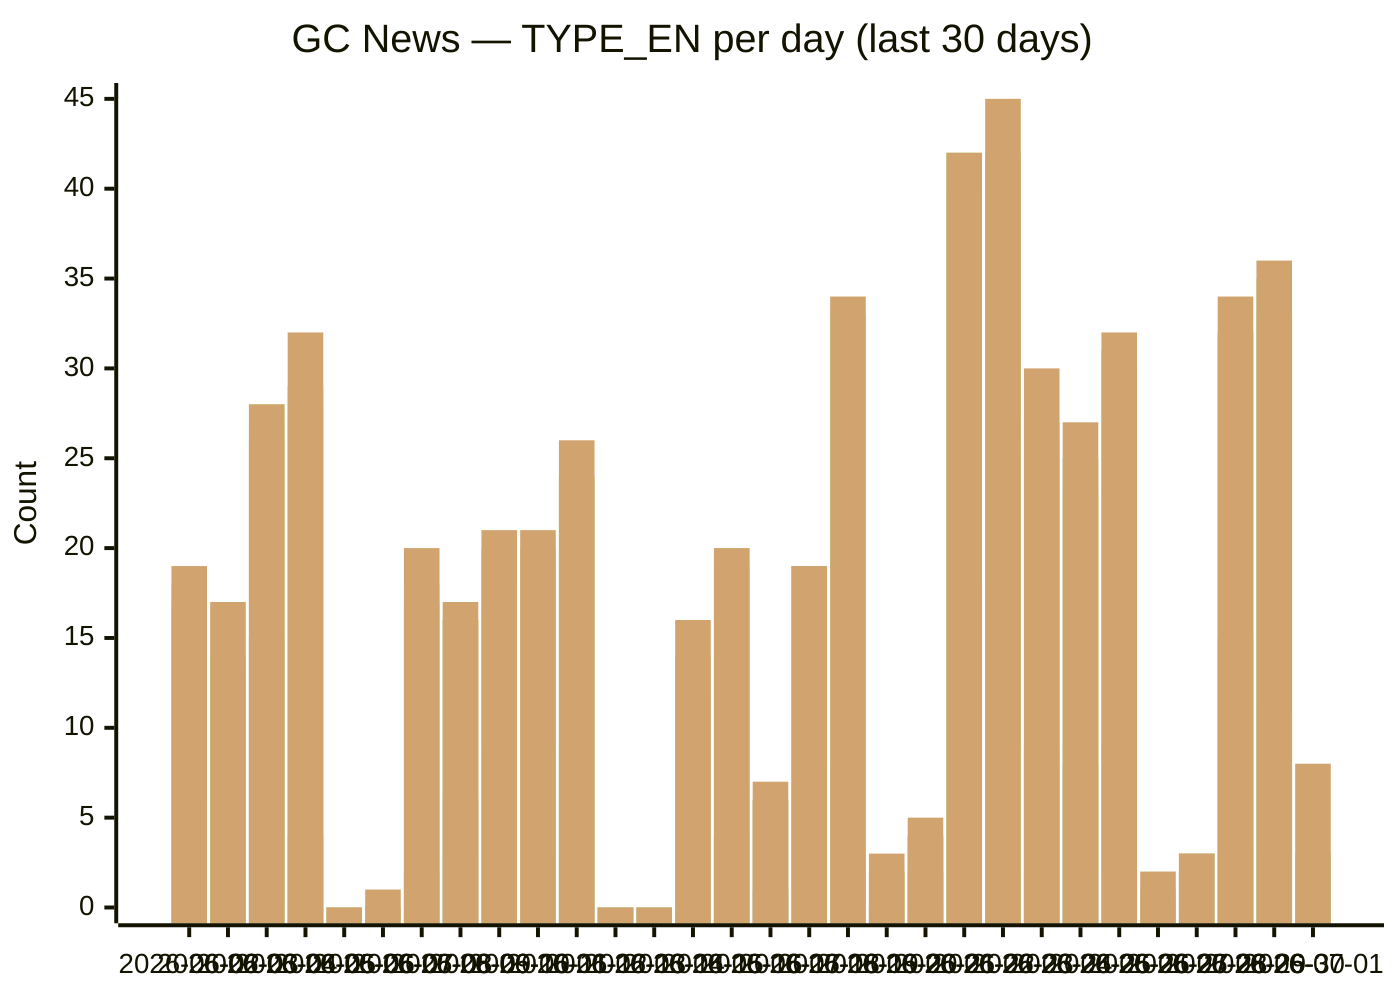
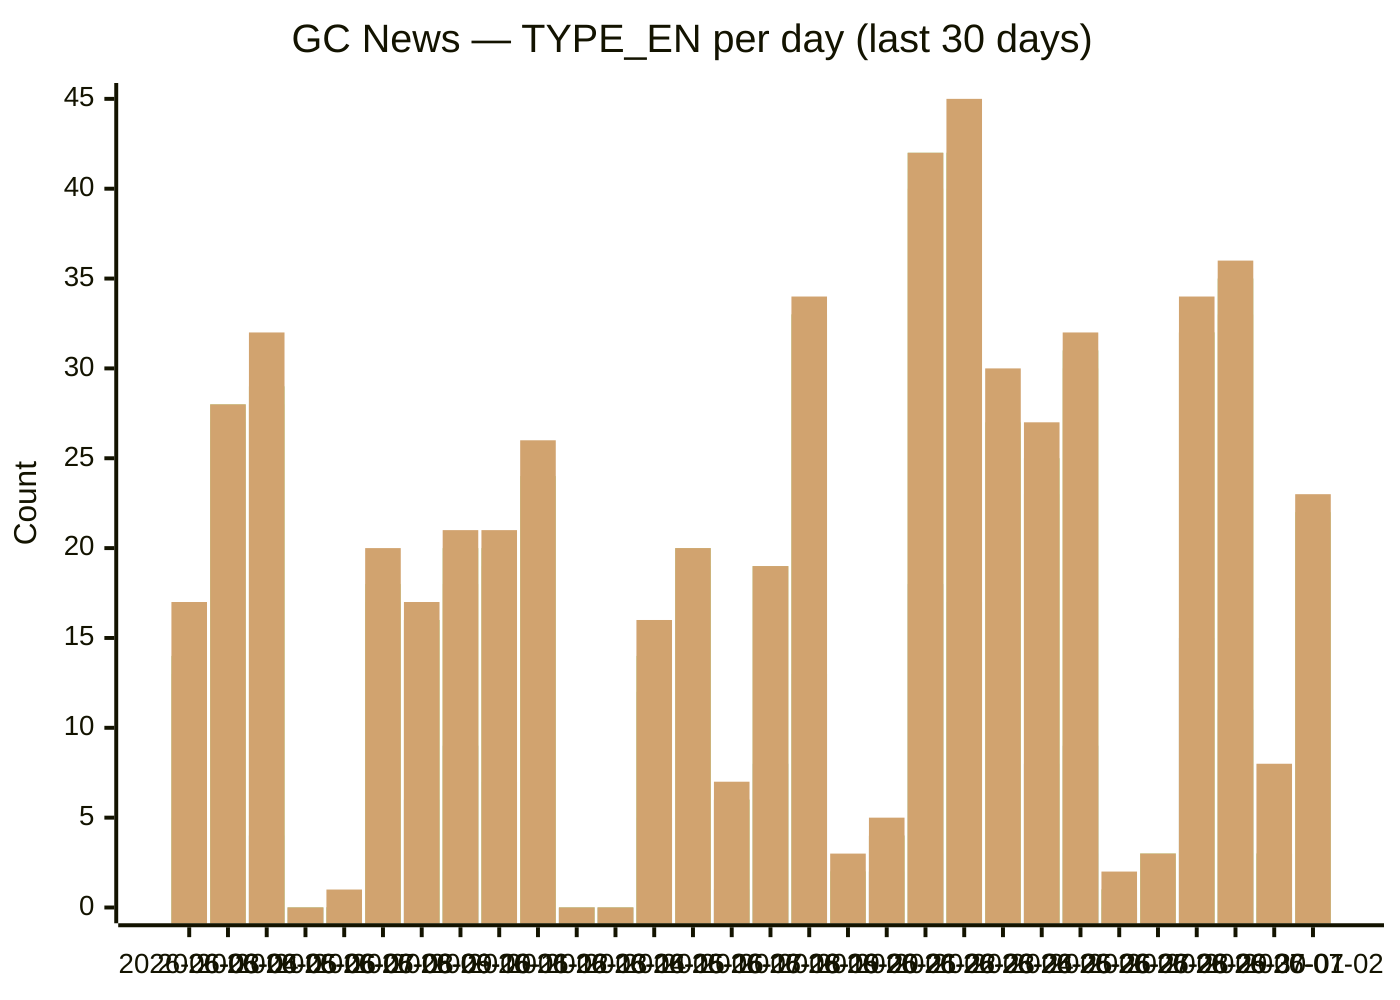
xychart-beta
  title "GC News — TYPE_EN per day (last 30 days)"
-   x-axis [2026-06-02, 2026-06-03, 2026-06-04, 2026-06-05, 2026-06-06, 2026-06-07, 2026-06-08, 2026-06-09, 2026-06-10, 2026-06-11, 2026-06-12, 2026-06-13, 2026-06-14, 2026-06-15, 2026-06-16, 2026-06-17, 2026-06-18, 2026-06-19, 2026-06-20, 2026-06-21, 2026-06-22, 2026-06-23, 2026-06-24, 2026-06-25, 2026-06-26, 2026-06-27, 2026-06-28, 2026-06-29, 2026-06-30, 2026-07-01]
+   x-axis [2026-06-03, 2026-06-04, 2026-06-05, 2026-06-06, 2026-06-07, 2026-06-08, 2026-06-09, 2026-06-10, 2026-06-11, 2026-06-12, 2026-06-13, 2026-06-14, 2026-06-15, 2026-06-16, 2026-06-17, 2026-06-18, 2026-06-19, 2026-06-20, 2026-06-21, 2026-06-22, 2026-06-23, 2026-06-24, 2026-06-25, 2026-06-26, 2026-06-27, 2026-06-28, 2026-06-29, 2026-06-30, 2026-07-01, 2026-07-02]
  y-axis "Count" 0 --> 45
-   bar backgrounders [2, 2, 2, 0, 0, 0, 0, 3, 2, 0, 3, 0, 0, 2, 3, 1, 2, 2, 0, 0, 3, 6, 2, 2, 3, 0, 0, 3, 3, 0]
-   bar "media advisories" [6, 5, 15, 4, 0, 0, 2, 6, 9, 7, 9, 0, 0, 5, 4, 1, 8, 13, 0, 2, 18, 17, 9, 8, 9, 0, 2, 15, 11, 0]
-   bar "news releases" [16, 13, 26, 28, 0, 0, 17, 16, 18, 19, 24, 0, 0, 12, 19, 6, 19, 33, 2, 4, 40, 40, 25, 23, 30, 1, 3, 32, 33, 3]
-   bar readouts [17, 14, 27, 29, 0, 0, 17, 16, 20, 20, 24, 0, 0, 12, 19, 6, 19, 33, 2, 4, 42, 42, 26, 25, 31, 1, 3, 32, 35, 3]
-   bar speeches [18, 14, 28, 29, 0, 0, 18, 16, 20, 20, 24, 0, 0, 14, 20, 6, 19, 33, 2, 4, 42, 42, 27, 25, 31, 1, 3, 32, 35, 3]
-   bar statements [19, 17, 28, 32, 0, 1, 20, 17, 21, 21, 26, 0, 0, 16, 20, 7, 19, 34, 3, 5, 42, 45, 30, 27, 32, 2, 3, 34, 36, 8]
+   bar backgrounders [2, 2, 0, 0, 0, 0, 3, 2, 0, 3, 0, 0, 2, 3, 1, 2, 2, 0, 0, 3, 6, 2, 2, 3, 0, 0, 3, 3, 0, 1]
+   bar "media advisories" [5, 15, 4, 0, 0, 2, 6, 9, 7, 9, 0, 0, 5, 4, 1, 8, 13, 0, 2, 18, 17, 9, 8, 9, 0, 2, 15, 11, 0, 5]
+   bar "news releases" [13, 26, 28, 0, 0, 17, 16, 18, 19, 24, 0, 0, 12, 19, 6, 19, 33, 2, 4, 40, 40, 25, 23, 30, 1, 3, 32, 33, 3, 19]
+   bar readouts [14, 27, 29, 0, 0, 17, 16, 20, 20, 24, 0, 0, 12, 19, 6, 19, 33, 2, 4, 42, 42, 26, 25, 31, 1, 3, 32, 35, 3, 21]
+   bar speeches [14, 28, 29, 0, 0, 18, 16, 20, 20, 24, 0, 0, 14, 20, 6, 19, 33, 2, 4, 42, 42, 27, 25, 31, 1, 3, 32, 35, 3, 22]
+   bar statements [17, 28, 32, 0, 1, 20, 17, 21, 21, 26, 0, 0, 16, 20, 7, 19, 34, 3, 5, 42, 45, 30, 27, 32, 2, 3, 34, 36, 8, 23]
